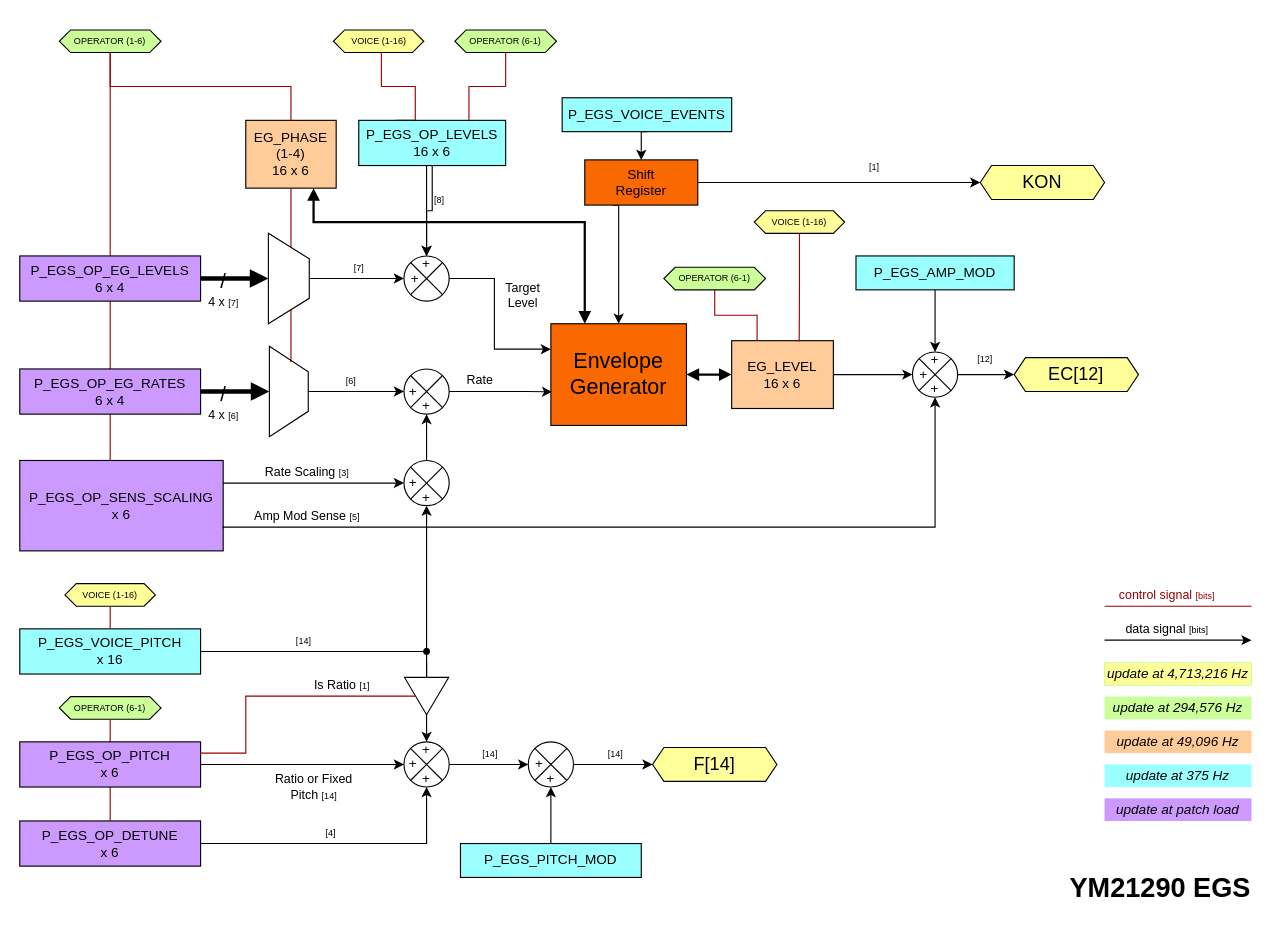
Earlier version of the draw.io diagram Research/YM21290 EGS.drawio (AnotherJohnH/picoX7). Source tidied: cells renumbered, new cells numbered last; positions are measured from the earlier drawing's top-left corner, leaving out a move shared by most shapes. Both pictures are drawn from the tidied source at 113%, with x=0, y=0 at pixel (19, 29).
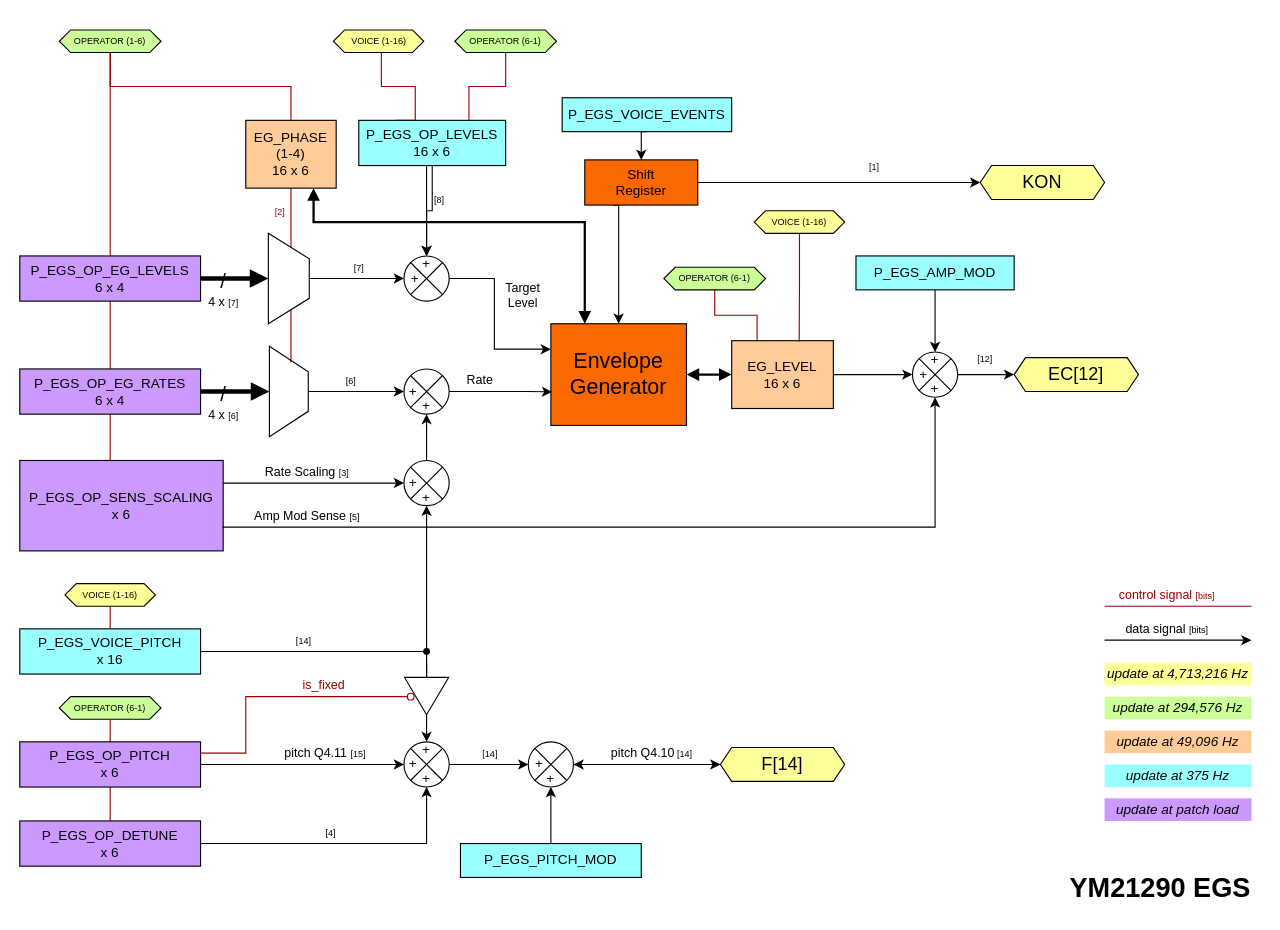
Above is the later version.

The change refers to these unchanged cells:
```xml
<mxCell id="7" value="EG_PHASE&lt;br&gt;(1-4)&lt;br&gt;16 x 6" style="rounded=0;whiteSpace=wrap;html=1;fillColor=#FFCC99;fontColor=#000000;strokeColor=#000000;labelBackgroundColor=none;" parent="1" vertex="1">
  <mxGeometry x="200" y="80" width="80" height="60" as="geometry" />
</mxCell>
<mxCell id="34" value="&lt;p style=&quot;line-height: 110%;&quot;&gt;&amp;nbsp;&lt;br&gt;+&amp;nbsp; &amp;nbsp; &amp;nbsp;&amp;nbsp;&lt;br&gt;+&lt;br&gt;&lt;/p&gt;" style="shape=sumEllipse;perimeter=ellipsePerimeter;whiteSpace=wrap;html=1;backgroundOutline=1;strokeColor=#000000;fontColor=#000000;labelBackgroundColor=none;fillColor=none;" parent="1" vertex="1">
  <mxGeometry x="450" y="630" width="40" height="40" as="geometry" />
</mxCell>
<mxCell id="39" value="&lt;p style=&quot;line-height: 110%;&quot;&gt;&lt;font style=&quot;font-size: 12px;&quot;&gt;+&lt;br&gt;+&amp;nbsp; &amp;nbsp; &amp;nbsp; &amp;nbsp;&lt;br&gt;+&lt;/font&gt;&lt;/p&gt;" style="shape=sumEllipse;perimeter=ellipsePerimeter;whiteSpace=wrap;html=1;backgroundOutline=1;strokeColor=#000000;fontColor=#000000;labelBackgroundColor=none;fillColor=none;" parent="1" vertex="1">
  <mxGeometry x="340" y="630" width="40" height="40" as="geometry" />
</mxCell>
<mxCell id="61" value="&lt;span style=&quot;font-family: Helvetica; font-size: 12px; font-style: normal; font-variant-ligatures: normal; font-variant-caps: normal; font-weight: 400; letter-spacing: normal; orphans: 2; text-align: center; text-indent: 0px; text-transform: none; widows: 2; word-spacing: 0px; -webkit-text-stroke-width: 0px; text-decoration-thickness: initial; text-decoration-style: initial; text-decoration-color: initial; float: none; display: inline !important;&quot;&gt;P_EGS_OP_PITCH&lt;/span&gt;&lt;br style=&quot;border-color: rgb(0, 0, 0); font-family: Helvetica; font-size: 12px; font-style: normal; font-variant-ligatures: normal; font-variant-caps: normal; font-weight: 400; letter-spacing: normal; orphans: 2; text-align: center; text-indent: 0px; text-transform: none; widows: 2; word-spacing: 0px; -webkit-text-stroke-width: 0px; text-decoration-thickness: initial; text-decoration-style: initial; text-decoration-color: initial;&quot;&gt;&lt;font&gt;x 6&lt;/font&gt;" style="rounded=0;whiteSpace=wrap;html=1;fillColor=#CC99FF;fontColor=#000000;strokeColor=#000000;labelBackgroundColor=none;" parent="1" vertex="1">
  <mxGeometry y="630" width="160" height="40" as="geometry" />
</mxCell>
<mxCell id="72" style="triangle;whiteSpace=wrap;html=1;rotation=90;strokeColor=#000000;fontColor=#000000;labelBackgroundColor=none;fillColor=#FFFFFF;" parent="1" vertex="1">
  <mxGeometry x="343.5" y="570" width="33" height="39" as="geometry" />
</mxCell>
<mxCell id="83" style="shape=trapezoid;perimeter=trapezoidPerimeter;whiteSpace=wrap;html=1;fixedSize=1;size=22.5;rotation=90;strokeColor=#000000;fontColor=#000000;labelBackgroundColor=none;fillColor=none;" parent="1" vertex="1">
  <mxGeometry x="198.1" y="302.8" width="80" height="34.4" as="geometry" />
</mxCell>
```

The edit, as a diff of the source:
```diff
@@
-    <mxCell id="6" style="edgeStyle=orthogonalEdgeStyle;rounded=0;jettySize=auto;html=1;exitX=0.5;exitY=1;exitDx=0;exitDy=0;entryX=0.174;entryY=0.451;entryDx=0;entryDy=0;strokeColor=#990000;endArrow=none;endFill=0;entryPerimeter=0;" parent="1" edge="1" source="7" target="83">
-      <mxGeometry relative="1" as="geometry">
+    <mxCell id="6" value="&lt;font style=&quot;font-size: 8px;&quot;&gt;[2]&lt;/font&gt;" style="edgeStyle=orthogonalEdgeStyle;rounded=0;jettySize=auto;html=1;exitX=0.5;exitY=1;exitDx=0;exitDy=0;entryX=0.174;entryY=0.451;entryDx=0;entryDy=0;strokeColor=#990000;endArrow=none;endFill=0;entryPerimeter=0;fontColor=#990000;" parent="1" edge="1" source="7" target="83">
+      <mxGeometry x="-0.74" y="-10" relative="1" as="geometry">
         <Array as="points">
           <mxPoint x="240" y="291" />
         </Array>
       </mxGeometry>
     </mxCell>
@@
-    <mxCell id="38" value="Ratio or Fixed&lt;br&gt;Pitch &lt;font style=&quot;font-size: 8px;&quot;&gt;[14]&lt;/font&gt;" style="edgeStyle=orthogonalEdgeStyle;rounded=0;jettySize=auto;html=1;exitX=1;exitY=0.5;exitDx=0;exitDy=0;strokeColor=#000000;fontColor=#000000;labelBackgroundColor=none;" parent="1" edge="1" source="61" target="39">
-      <mxGeometry x="0.11" y="-20" relative="1" as="geometry">
+    <mxCell id="38" value="pitch Q4.11&amp;nbsp;&lt;font style=&quot;font-size: 8px;&quot;&gt;[15]&lt;/font&gt;" style="edgeStyle=orthogonalEdgeStyle;rounded=0;jettySize=auto;html=1;exitX=1;exitY=0.5;exitDx=0;exitDy=0;strokeColor=#000000;fontColor=#000000;labelBackgroundColor=none;" parent="1" edge="1" source="61" target="39">
+      <mxGeometry x="0.22" y="10" relative="1" as="geometry">
         <Array as="points">
           <mxPoint x="160" y="650" />
         </Array>
       </mxGeometry>
     </mxCell>
@@
-    <mxCell id="42" value="&lt;font style=&quot;font-size: 8px;&quot;&gt;[14]&lt;/font&gt;" style="edgeStyle=orthogonalEdgeStyle;rounded=0;jettySize=auto;html=1;exitX=1;exitY=0.5;exitDx=0;exitDy=0;entryX=0;entryY=0.5;entryDx=0;entryDy=0;strokeColor=#000000;fontColor=#000000;labelBackgroundColor=none;" parent="1" edge="1" source="34" target="67">
+    <mxCell id="42" value="&lt;font style=&quot;font-size: 11px;&quot;&gt;pitch Q4.10&lt;/font&gt;&lt;font style=&quot;font-size: 8px;&quot;&gt; [14]&lt;/font&gt;" style="edgeStyle=orthogonalEdgeStyle;rounded=0;jettySize=auto;html=1;exitX=1;exitY=0.5;exitDx=0;exitDy=0;entryX=0;entryY=0.5;entryDx=0;entryDy=0;strokeColor=#000000;fontColor=#000000;labelBackgroundColor=none;" parent="1" edge="1" source="34" target="67">
       <mxGeometry x="0.06" y="10" relative="1" as="geometry" />
     </mxCell>
@@
+    <mxCell id="84" style="edgeStyle=orthogonalEdgeStyle;rounded=0;jettySize=auto;html=1;" parent="1" edge="1" source="67" target="34">
+      <mxGeometry relative="1" as="geometry" />
+    </mxCell>
     <mxCell id="67" value="&lt;p style=&quot;line-height: 103%;&quot;&gt;&lt;font style=&quot;font-size: 16px;&quot;&gt;F[14]&lt;/font&gt;&lt;/p&gt;" style="shape=hexagon;perimeter=hexagonPerimeter2;whiteSpace=wrap;html=1;fixedSize=1;size=10;fillColor=#FFFF99;fontColor=#000000;strokeColor=#000000;labelBackgroundColor=none;" parent="1" vertex="1">
-      <mxGeometry x="560" y="635" width="110" height="30" as="geometry" />
+      <mxGeometry x="620" y="635" width="110" height="30" as="geometry" />
     </mxCell>
@@
-    <mxCell id="73" value="Is Ratio &lt;font style=&quot;font-size: 8px;&quot;&gt;[1]&amp;nbsp;&lt;/font&gt;" style="edgeStyle=orthogonalEdgeStyle;rounded=0;jettySize=auto;html=1;exitX=1;exitY=0.25;exitDx=0;exitDy=0;entryX=0.5;entryY=1;entryDx=0;entryDy=0;endArrow=none;endFill=0;strokeColor=#990000;fontColor=#000000;labelBackgroundColor=none;" parent="1" edge="1" source="61" target="72">
-      <mxGeometry x="0.46" y="10" relative="1" as="geometry">
+    <mxCell id="73" value="&lt;font color=&quot;#990000&quot;&gt;is_fixed&lt;font style=&quot;font-size: 8px;&quot;&gt;&amp;nbsp;&lt;/font&gt;&lt;/font&gt;" style="edgeStyle=orthogonalEdgeStyle;rounded=0;orthogonalLoop=1;jettySize=auto;html=1;exitX=1;exitY=0.25;exitDx=0;exitDy=0;endArrow=oval;endFill=0;strokeColor=#990000;fontColor=#000000;labelBackgroundColor=none;targetPerimeterSpacing=0;" parent="1" edge="1">
+      <mxGeometry x="0.36" y="10" relative="1" as="geometry">
+        <mxPoint x="160" y="640" as="sourcePoint" />
+        <mxPoint x="346" y="590" as="targetPoint" />
         <Array as="points">
           <mxPoint x="200" y="640" />
           <mxPoint x="200" y="590" />
+          <mxPoint x="343" y="590" />
         </Array>
       </mxGeometry>
     </mxCell>
@@
-    <mxCell id="76" value="&lt;font color=&quot;#000000&quot;&gt;update at 4,713,216 Hz&lt;/font&gt;" style="rounded=0;whiteSpace=wrap;html=1;strokeColor=#CCFF99;fillColor=#FFFF99;fontStyle=2;" parent="1" vertex="1">
+    <mxCell id="76" value="&lt;font color=&quot;#000000&quot;&gt;update at 4,713,216 Hz&lt;/font&gt;" style="rounded=0;whiteSpace=wrap;html=1;strokeColor=none;fillColor=#FFFF99;fontStyle=2;" parent="1" vertex="1">
       <mxGeometry x="960" y="560" width="130" height="20" as="geometry" />
     </mxCell>
```
